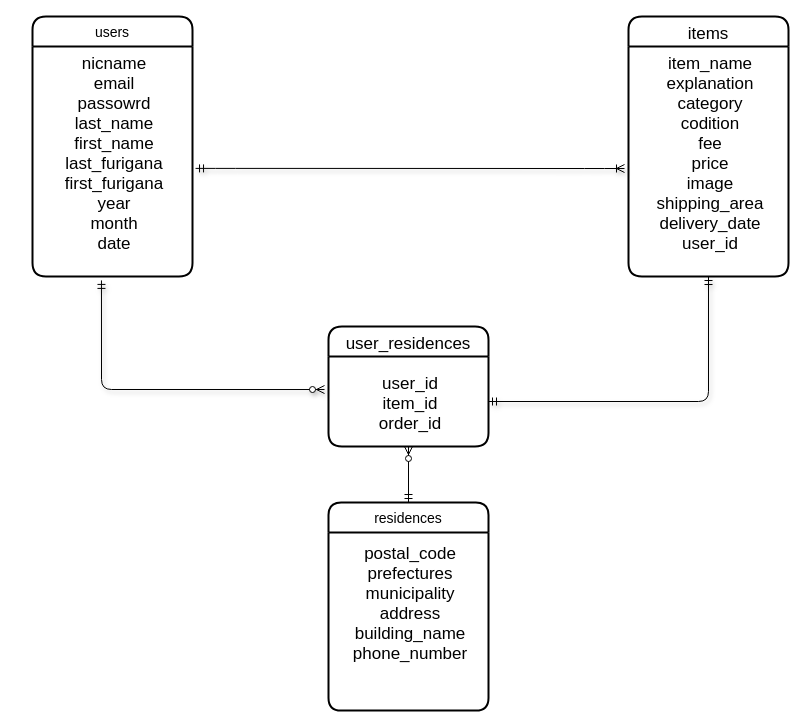
kazuki3588/furima-32877 keeps this draw.io diagram as furima.dio. Above is the earlier version. Source tidied: cells renumbered, new cells numbered last; positions are measured from the earlier drawing's top-left corner, leaving out a move shared by most shapes. Both pictures are drawn from the tidied source at 100%, with x=0, y=0 at pixel (32, 16).
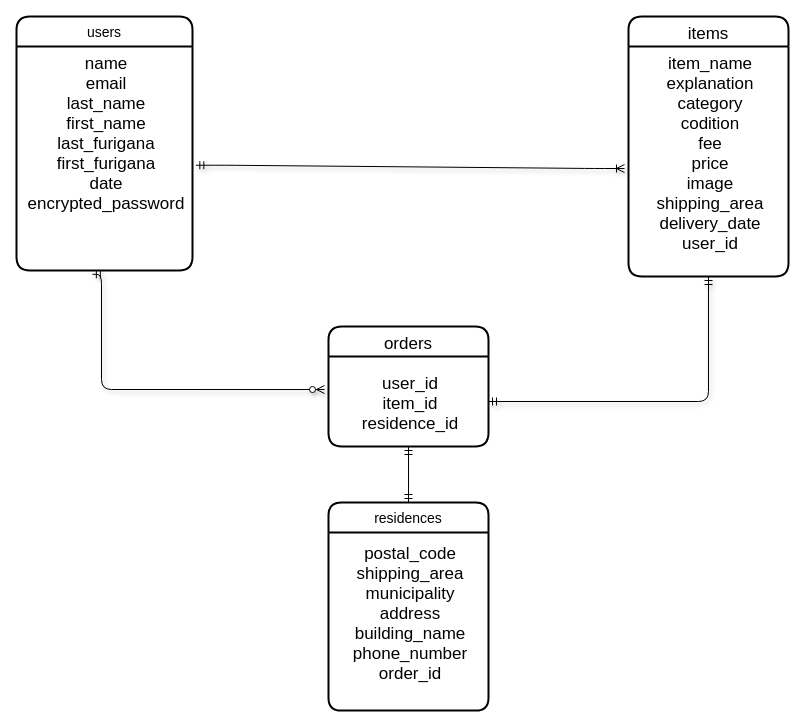
Above is the later version.

Commit message (it also covers changes not shown here):
データベースの設計修正1

The edit, as a diff of the source:
```diff
@@
 <mxGraphModel>
   <root>
     <mxCell id="0" />
     <mxCell id="1" parent="0" />
     <mxCell id="2" value="users" style="swimlane;horizontal=1;startSize=30;fontSize=14;fontStyle=0;strokeWidth=2;shadow=0;dashed=0;align=center;rounded=1;" parent="1" vertex="1">
-      <mxGeometry width="160" height="260" as="geometry" />
+      <mxGeometry x="-16" width="176" height="254" as="geometry" />
     </mxCell>
-    <mxCell id="3" value="nicname&#10;email&#10;passowrd&#10;last_name&#10;first_name&#10;last_furigana&#10;first_furigana&#10;year&#10;month&#10;date" style="align=center;strokeColor=none;fillColor=none;spacingLeft=4;fontSize=17;verticalAlign=top;rounded=1;" parent="2" vertex="1">
-      <mxGeometry y="30" width="160" height="230" as="geometry" />
+    <mxCell id="3" value="name&#10;email&#10;last_name&#10;first_name&#10;last_furigana&#10;first_furigana&#10;date&#10;encrypted_password" style="align=center;strokeColor=none;fillColor=none;spacingLeft=4;fontSize=17;verticalAlign=top;rounded=1;" parent="2" vertex="1">
+      <mxGeometry y="30" width="176" height="224" as="geometry" />
     </mxCell>
     <mxCell id="4" value="items" style="swimlane;horizontal=1;startSize=30;fontSize=17;fontStyle=0;strokeWidth=2;shadow=0;dashed=0;align=center;rounded=1;" parent="1" vertex="1">
       <mxGeometry x="596" width="160" height="260" as="geometry" />
     </mxCell>
     <mxCell id="5" value="item_name&#10;explanation&#10;category&#10;codition&#10;fee&#10;price&#10;image&#10;shipping_area&#10;delivery_date&#10;user_id&#10;" style="align=center;strokeColor=none;fillColor=none;spacingLeft=4;fontSize=17;verticalAlign=middle;fontStyle=0;rounded=1;" parent="4" vertex="1">
       <mxGeometry y="30" width="160" height="230" as="geometry" />
     </mxCell>
-    <mxCell id="6" value="user_residences" style="swimlane;horizontal=1;startSize=30;fontSize=17;fontStyle=0;strokeWidth=2;shadow=0;dashed=0;align=center;rounded=1;verticalAlign=middle;" parent="1" vertex="1">
+    <mxCell id="6" value="orders" style="swimlane;horizontal=1;startSize=30;fontSize=17;fontStyle=0;strokeWidth=2;shadow=0;dashed=0;align=center;rounded=1;verticalAlign=middle;" parent="1" vertex="1">
       <mxGeometry x="296" y="310" width="160" height="120" as="geometry" />
     </mxCell>
-    <mxCell id="7" value="user_id&#10;item_id&#10;order_id" style="align=center;strokeColor=none;fillColor=none;spacingLeft=4;fontSize=17;verticalAlign=middle;rounded=1;" parent="6" vertex="1">
+    <mxCell id="7" value="user_id&#10;item_id&#10;residence_id" style="align=center;strokeColor=none;fillColor=none;spacingLeft=4;fontSize=17;verticalAlign=middle;rounded=1;" parent="6" vertex="1">
       <mxGeometry y="30" width="160" height="90" as="geometry" />
     </mxCell>
     <mxCell id="8" style="edgeStyle=orthogonalEdgeStyle;fontSize=12;html=1;endArrow=ERmandOne;startArrow=ERmandOne;shadow=1;exitX=1;exitY=0.5;exitDx=0;exitDy=0;entryX=0.5;entryY=1;entryDx=0;entryDy=0;" parent="1" edge="1" source="7" target="5">
       <mxGeometry relative="1" as="geometry" />
     </mxCell>
     <mxCell id="9" style="edgeStyle=entityRelationEdgeStyle;fontSize=12;html=1;endArrow=ERoneToMany;startArrow=ERmandOne;shadow=1;exitX=1.019;exitY=0.53;exitDx=0;exitDy=0;exitPerimeter=0;" parent="1" edge="1" source="3">
       <mxGeometry relative="1" as="geometry">
         <mxPoint x="592" y="152" as="targetPoint" />
       </mxGeometry>
     </mxCell>
     <mxCell id="10" style="edgeStyle=orthogonalEdgeStyle;fontSize=12;html=1;endArrow=ERzeroToMany;startArrow=ERmandOne;shadow=1;entryX=-0.025;entryY=0.367;entryDx=0;entryDy=0;entryPerimeter=0;exitX=0.431;exitY=1.017;exitDx=0;exitDy=0;exitPerimeter=0;" parent="1" edge="1" source="3" target="7">
       <mxGeometry relative="1" as="geometry">
         <Array as="points">
           <mxPoint x="69" y="373" />
         </Array>
       </mxGeometry>
     </mxCell>
     <mxCell id="11" value="residences" style="swimlane;horizontal=1;startSize=30;rounded=1;fontSize=14;fontStyle=0;strokeWidth=2;shadow=0;dashed=0;align=center;arcSize=14;verticalAlign=middle;" parent="1" vertex="1">
       <mxGeometry x="296" y="486" width="160" height="208" as="geometry" />
     </mxCell>
-    <mxCell id="12" value="postal_code&#10;prefectures&#10;municipality&#10;address&#10;building_name&#10;phone_number&#10;&#10;" style="align=center;strokeColor=none;fillColor=none;spacingLeft=4;fontSize=17;verticalAlign=middle;" parent="11" vertex="1">
+    <mxCell id="12" value="postal_code&#10;shipping_area&#10;municipality&#10;address&#10;building_name&#10;phone_number&#10;order_id&#10;" style="align=center;strokeColor=none;fillColor=none;spacingLeft=4;fontSize=17;verticalAlign=middle;" parent="11" vertex="1">
       <mxGeometry y="30" width="160" height="178" as="geometry" />
     </mxCell>
-    <mxCell id="13" style="edgeStyle=orthogonalEdgeStyle;fontSize=12;html=1;endArrow=ERzeroToMany;startArrow=ERmandOne;exitX=0.5;exitY=0;exitDx=0;exitDy=0;entryX=0.5;entryY=1;entryDx=0;entryDy=0;" parent="1" edge="1" source="11" target="7">
+    <mxCell id="13" style="edgeStyle=orthogonalEdgeStyle;fontSize=12;html=1;endArrow=ERmandOne;startArrow=ERmandOne;exitX=0.5;exitY=0;exitDx=0;exitDy=0;entryX=0.5;entryY=1;entryDx=0;entryDy=0;" parent="1" edge="1" source="11" target="7">
       <mxGeometry relative="1" as="geometry" />
     </mxCell>
   </root>
 </mxGraphModel>
```
